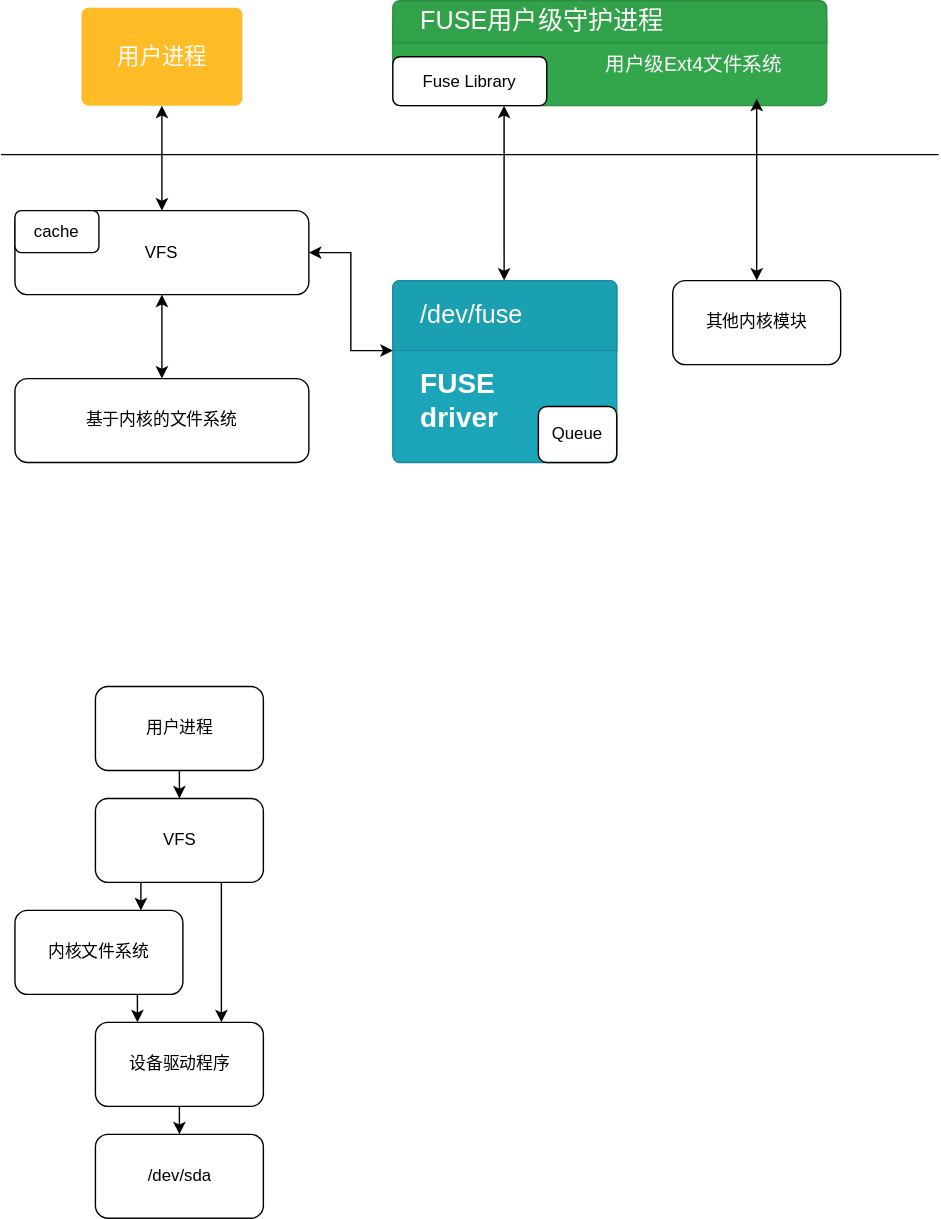
The draw.io diagram 未命名绘图.drawio.svg in 493520280/blog-img, before a commit. Source tidied: cells renumbered, new cells last; positions are measured from the earlier drawing's top-left corner, leaving out a move shared by most shapes. The source it was exported from:
```xml
<mxGraphModel>
  <root>
    <mxCell id="0" />
    <mxCell id="1" parent="0" />
    <mxCell id="2" value="用户进程" style="html=1;shadow=0;dashed=0;shape=mxgraph.bootstrap.rrect;rSize=5;strokeColor=none;strokeWidth=1;fillColor=#FFBC26;fontColor=#FFFFFF;whiteSpace=wrap;align=center;verticalAlign=middle;spacingLeft=0;fontStyle=0;fontSize=16;spacing=5;" parent="1" vertex="1">
      <mxGeometry x="57.5" width="115" height="70" as="geometry" />
    </mxCell>
    <mxCell id="3" style="endArrow=none;html=1;rounded=0;" parent="1" edge="1">
      <mxGeometry relative="1" as="geometry">
        <mxPoint y="105" as="sourcePoint" />
        <mxPoint x="670" y="105" as="targetPoint" />
      </mxGeometry>
    </mxCell>
    <mxCell id="4" style="endArrow=classic;startArrow=classic;html=1;rounded=0;exitX=0.5;exitY=0;exitDx=0;exitDy=0;" parent="1" edge="1" source="5" target="2">
      <mxGeometry relative="1" as="geometry" />
    </mxCell>
    <mxCell id="5" value="VFS" style="rounded=1;whiteSpace=wrap;html=1;" parent="1" vertex="1">
      <mxGeometry x="10" y="145" width="210" height="60" as="geometry" />
    </mxCell>
    <mxCell id="6" value="cache" style="rounded=1;whiteSpace=wrap;html=1;" parent="1" vertex="1">
      <mxGeometry x="10" y="145" width="60" height="30" as="geometry" />
    </mxCell>
    <mxCell id="7" value="基于内核的文件系统" style="rounded=1;whiteSpace=wrap;html=1;" parent="1" vertex="1">
      <mxGeometry x="10" y="265" width="210" height="60" as="geometry" />
    </mxCell>
    <mxCell id="8" style="endArrow=classic;startArrow=classic;html=1;rounded=0;entryX=0.5;entryY=1;entryDx=0;entryDy=0;exitX=0.5;exitY=0;exitDx=0;exitDy=0;" parent="1" edge="1" source="7" target="5">
      <mxGeometry relative="1" as="geometry" />
    </mxCell>
    <mxCell id="9" style="endArrow=classic;startArrow=classic;html=1;rounded=0;exitX=1;exitY=0.5;exitDx=0;exitDy=0;" parent="1" edge="1" source="5">
      <mxGeometry relative="1" as="geometry">
        <mxPoint x="280" y="245" as="targetPoint" />
        <Array as="points">
          <mxPoint x="250" y="175" />
          <mxPoint x="250" y="245" />
        </Array>
      </mxGeometry>
    </mxCell>
    <mxCell id="10" value="&lt;span style=&quot;font-size: 20px;&quot;&gt;&lt;b&gt;FUSE &lt;br&gt;driver&lt;/b&gt;&lt;/span&gt;" style="html=1;shadow=0;dashed=0;shape=mxgraph.bootstrap.rrect;rSize=5;strokeColor=#188C9C;html=1;whiteSpace=wrap;fillColor=#1CA5B8;fontColor=#ffffff;verticalAlign=bottom;align=left;spacing=20;spacingBottom=0;fontSize=14;" parent="1" vertex="1">
      <mxGeometry x="280" y="195" width="160" height="130" as="geometry" />
    </mxCell>
    <mxCell id="11" value="/dev/fuse" style="html=1;shadow=0;dashed=0;shape=mxgraph.bootstrap.topButton;rSize=5;perimeter=none;whiteSpace=wrap;fillColor=#1BA0B2;strokeColor=#188C9C;fontColor=#ffffff;fontSize=18;align=left;spacing=20;" parent="10" vertex="1">
      <mxGeometry width="160" height="50" relative="1" as="geometry" />
    </mxCell>
    <mxCell id="12" value="Queue" style="rounded=1;whiteSpace=wrap;html=1;" parent="10" vertex="1">
      <mxGeometry x="104" y="90" width="56" height="40" as="geometry" />
    </mxCell>
    <mxCell id="13" style="endArrow=classic;startArrow=classic;html=1;rounded=0;exitX=0.497;exitY=0;exitDx=0;exitDy=0;exitPerimeter=0;" parent="1" edge="1" source="11">
      <mxGeometry relative="1" as="geometry">
        <mxPoint x="359.5" y="70" as="targetPoint" />
      </mxGeometry>
    </mxCell>
    <mxCell id="14" value="&amp;nbsp; &amp;nbsp; &amp;nbsp; &amp;nbsp; &amp;nbsp; &amp;nbsp; &amp;nbsp; &amp;nbsp; &amp;nbsp; &amp;nbsp; &amp;nbsp; &amp;nbsp; &amp;nbsp; &amp;nbsp; &amp;nbsp; &amp;nbsp; &amp;nbsp; &amp;nbsp; &amp;nbsp; &amp;nbsp;&lt;br&gt;&amp;nbsp; &amp;nbsp; &amp;nbsp; &amp;nbsp; &amp;nbsp; &amp;nbsp; &amp;nbsp; &amp;nbsp; &amp;nbsp; &amp;nbsp; &amp;nbsp; &amp;nbsp; &lt;br&gt;&amp;nbsp; &amp;nbsp; &amp;nbsp; &amp;nbsp; &amp;nbsp; &amp;nbsp; &amp;nbsp; &amp;nbsp; &amp;nbsp; &amp;nbsp; &amp;nbsp; &amp;nbsp; &amp;nbsp; &amp;nbsp; &amp;nbsp; &amp;nbsp; &amp;nbsp; 用户级Ext4文件系统" style="html=1;shadow=0;dashed=0;shape=mxgraph.bootstrap.rrect;rSize=5;strokeColor=#2B8D40;html=1;whiteSpace=wrap;fillColor=#33A64C;fontColor=#ffffff;verticalAlign=bottom;align=left;spacing=20;spacingBottom=0;fontSize=14;" parent="1" vertex="1">
      <mxGeometry x="280" y="5" width="310" height="65" as="geometry" />
    </mxCell>
    <mxCell id="15" value="FUSE用户级守护进程" style="html=1;shadow=0;dashed=0;shape=mxgraph.bootstrap.topButton;rSize=5;perimeter=none;whiteSpace=wrap;fillColor=#31A14A;strokeColor=#2B8D40;fontColor=#ffffff;fontSize=18;align=left;spacing=20;" parent="14" vertex="1">
      <mxGeometry width="310" height="30" relative="1" as="geometry">
        <mxPoint y="-10" as="offset" />
      </mxGeometry>
    </mxCell>
    <mxCell id="16" value="Fuse Library" style="rounded=1;whiteSpace=wrap;html=1;" parent="14" vertex="1">
      <mxGeometry y="30" width="110" height="35" as="geometry" />
    </mxCell>
    <mxCell id="17" value="其他内核模块" style="rounded=1;whiteSpace=wrap;html=1;" parent="1" vertex="1">
      <mxGeometry x="480" y="195" width="120" height="60" as="geometry" />
    </mxCell>
    <mxCell id="18" style="endArrow=classic;startArrow=classic;html=1;rounded=0;exitX=0.5;exitY=0;exitDx=0;exitDy=0;" parent="1" edge="1" source="17">
      <mxGeometry relative="1" as="geometry">
        <mxPoint x="540" y="65" as="targetPoint" />
      </mxGeometry>
    </mxCell>
    <mxCell id="19" style="edgeStyle=orthogonalEdgeStyle;rounded=0;jettySize=auto;html=1;exitX=0.5;exitY=1;exitDx=0;exitDy=0;entryX=0.5;entryY=0;entryDx=0;entryDy=0;" parent="1" edge="1" source="20" target="24">
      <mxGeometry relative="1" as="geometry" />
    </mxCell>
    <mxCell id="20" value="用户进程" style="rounded=1;whiteSpace=wrap;html=1;" parent="1" vertex="1">
      <mxGeometry x="67.5" y="485" width="120" height="60" as="geometry" />
    </mxCell>
    <mxCell id="21" style="edgeStyle=orthogonalEdgeStyle;rounded=0;orthogonalLoop=1;jettySize=auto;html=1;exitX=0.25;exitY=1;exitDx=0;exitDy=0;entryX=0.25;entryY=1;entryDx=0;entryDy=0;" parent="1" edge="1" source="24" target="24">
      <mxGeometry relative="1" as="geometry" />
    </mxCell>
    <mxCell id="22" style="edgeStyle=orthogonalEdgeStyle;rounded=0;jettySize=auto;html=1;exitX=0.25;exitY=1;exitDx=0;exitDy=0;entryX=0.75;entryY=0;entryDx=0;entryDy=0;" parent="1" edge="1" source="24" target="26">
      <mxGeometry relative="1" as="geometry" />
    </mxCell>
    <mxCell id="23" style="edgeStyle=orthogonalEdgeStyle;rounded=0;jettySize=auto;html=1;exitX=0.75;exitY=1;exitDx=0;exitDy=0;entryX=0.75;entryY=0;entryDx=0;entryDy=0;" parent="1" edge="1" source="24" target="28">
      <mxGeometry relative="1" as="geometry" />
    </mxCell>
    <mxCell id="24" value="VFS" style="rounded=1;whiteSpace=wrap;html=1;" parent="1" vertex="1">
      <mxGeometry x="67.5" y="565" width="120" height="60" as="geometry" />
    </mxCell>
    <mxCell id="25" style="edgeStyle=orthogonalEdgeStyle;rounded=0;jettySize=auto;html=1;exitX=0.75;exitY=1;exitDx=0;exitDy=0;entryX=0.25;entryY=0;entryDx=0;entryDy=0;" parent="1" edge="1" source="26" target="28">
      <mxGeometry relative="1" as="geometry" />
    </mxCell>
    <mxCell id="26" value="内核文件系统" style="rounded=1;whiteSpace=wrap;html=1;" parent="1" vertex="1">
      <mxGeometry x="10" y="645" width="120" height="60" as="geometry" />
    </mxCell>
    <mxCell id="27" style="edgeStyle=orthogonalEdgeStyle;rounded=0;jettySize=auto;html=1;exitX=0.5;exitY=1;exitDx=0;exitDy=0;entryX=0.5;entryY=0;entryDx=0;entryDy=0;" parent="1" edge="1" source="28" target="29">
      <mxGeometry relative="1" as="geometry" />
    </mxCell>
    <mxCell id="28" value="设备驱动程序" style="rounded=1;whiteSpace=wrap;html=1;" parent="1" vertex="1">
      <mxGeometry x="67.5" y="725" width="120" height="60" as="geometry" />
    </mxCell>
    <mxCell id="29" value="/dev/sda" style="rounded=1;whiteSpace=wrap;html=1;" parent="1" vertex="1">
      <mxGeometry x="67.5" y="805" width="120" height="60" as="geometry" />
    </mxCell>
  </root>
</mxGraphModel>
```
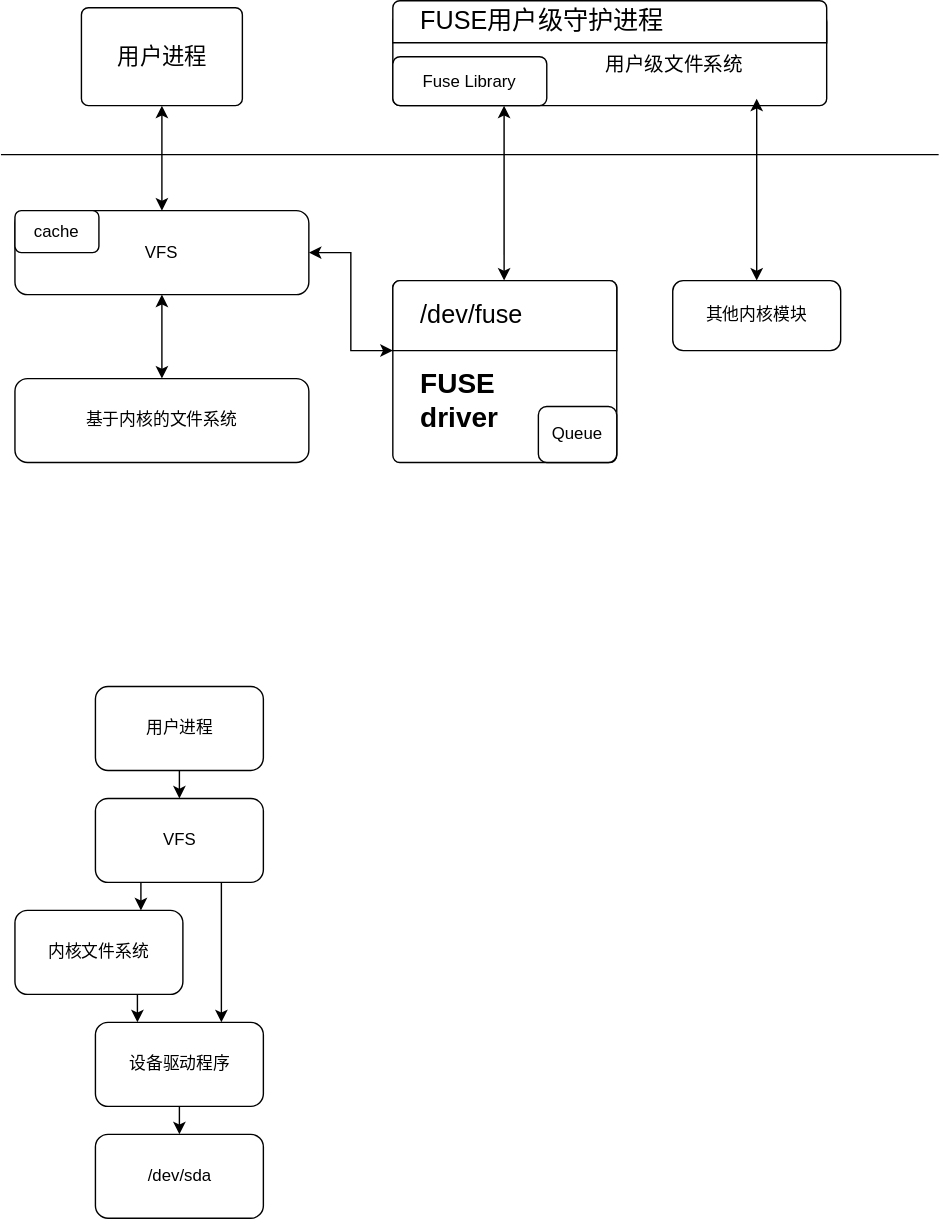
Later version of the same file.

Commit message:
更新未命名绘图.drawio.svg

Change to the diagram source:
```diff
@@ -2,7 +2,7 @@
   <root>
     <mxCell id="0" />
     <mxCell id="1" parent="0" />
-    <mxCell id="2" value="用户进程" style="html=1;shadow=0;dashed=0;shape=mxgraph.bootstrap.rrect;rSize=5;strokeColor=none;strokeWidth=1;fillColor=#FFBC26;fontColor=#FFFFFF;whiteSpace=wrap;align=center;verticalAlign=middle;spacingLeft=0;fontStyle=0;fontSize=16;spacing=5;" parent="1" vertex="1">
+    <mxCell id="2" value="用户进程" style="html=1;shadow=0;dashed=0;shape=mxgraph.bootstrap.rrect;rSize=5;strokeWidth=1;whiteSpace=wrap;align=center;verticalAlign=middle;spacingLeft=0;fontStyle=0;fontSize=16;spacing=5;" parent="1" vertex="1">
       <mxGeometry x="57.5" width="115" height="70" as="geometry" />
     </mxCell>
     <mxCell id="3" style="endArrow=none;html=1;rounded=0;" parent="1" edge="1">
@@ -35,10 +35,10 @@
         </Array>
       </mxGeometry>
     </mxCell>
-    <mxCell id="10" value="&lt;span style=&quot;font-size: 20px;&quot;&gt;&lt;b&gt;FUSE &lt;br&gt;driver&lt;/b&gt;&lt;/span&gt;" style="html=1;shadow=0;dashed=0;shape=mxgraph.bootstrap.rrect;rSize=5;strokeColor=#188C9C;html=1;whiteSpace=wrap;fillColor=#1CA5B8;fontColor=#ffffff;verticalAlign=bottom;align=left;spacing=20;spacingBottom=0;fontSize=14;" parent="1" vertex="1">
+    <mxCell id="10" value="&lt;span style=&quot;font-size: 20px;&quot;&gt;&lt;b&gt;FUSE &lt;br&gt;driver&lt;/b&gt;&lt;/span&gt;" style="html=1;shadow=0;dashed=0;shape=mxgraph.bootstrap.rrect;rSize=5;html=1;whiteSpace=wrap;verticalAlign=bottom;align=left;spacing=20;spacingBottom=0;fontSize=14;" parent="1" vertex="1">
       <mxGeometry x="280" y="195" width="160" height="130" as="geometry" />
     </mxCell>
-    <mxCell id="11" value="/dev/fuse" style="html=1;shadow=0;dashed=0;shape=mxgraph.bootstrap.topButton;rSize=5;perimeter=none;whiteSpace=wrap;fillColor=#1BA0B2;strokeColor=#188C9C;fontColor=#ffffff;fontSize=18;align=left;spacing=20;" parent="10" vertex="1">
+    <mxCell id="11" value="/dev/fuse" style="html=1;shadow=0;dashed=0;shape=mxgraph.bootstrap.topButton;rSize=5;perimeter=none;whiteSpace=wrap;fontSize=18;align=left;spacing=20;" parent="10" vertex="1">
       <mxGeometry width="160" height="50" relative="1" as="geometry" />
     </mxCell>
     <mxCell id="12" value="Queue" style="rounded=1;whiteSpace=wrap;html=1;" parent="10" vertex="1">
@@ -49,10 +49,10 @@
         <mxPoint x="359.5" y="70" as="targetPoint" />
       </mxGeometry>
     </mxCell>
-    <mxCell id="14" value="&amp;nbsp; &amp;nbsp; &amp;nbsp; &amp;nbsp; &amp;nbsp; &amp;nbsp; &amp;nbsp; &amp;nbsp; &amp;nbsp; &amp;nbsp; &amp;nbsp; &amp;nbsp; &amp;nbsp; &amp;nbsp; &amp;nbsp; &amp;nbsp; &amp;nbsp; &amp;nbsp; &amp;nbsp; &amp;nbsp;&lt;br&gt;&amp;nbsp; &amp;nbsp; &amp;nbsp; &amp;nbsp; &amp;nbsp; &amp;nbsp; &amp;nbsp; &amp;nbsp; &amp;nbsp; &amp;nbsp; &amp;nbsp; &amp;nbsp; &lt;br&gt;&amp;nbsp; &amp;nbsp; &amp;nbsp; &amp;nbsp; &amp;nbsp; &amp;nbsp; &amp;nbsp; &amp;nbsp; &amp;nbsp; &amp;nbsp; &amp;nbsp; &amp;nbsp; &amp;nbsp; &amp;nbsp; &amp;nbsp; &amp;nbsp; &amp;nbsp; 用户级Ext4文件系统" style="html=1;shadow=0;dashed=0;shape=mxgraph.bootstrap.rrect;rSize=5;strokeColor=#2B8D40;html=1;whiteSpace=wrap;fillColor=#33A64C;fontColor=#ffffff;verticalAlign=bottom;align=left;spacing=20;spacingBottom=0;fontSize=14;" parent="1" vertex="1">
+    <mxCell id="14" value="&amp;nbsp; &amp;nbsp; &amp;nbsp; &amp;nbsp; &amp;nbsp; &amp;nbsp; &amp;nbsp; &amp;nbsp; &amp;nbsp; &amp;nbsp; &amp;nbsp; &amp;nbsp; &amp;nbsp; &amp;nbsp; &amp;nbsp; &amp;nbsp; &amp;nbsp; &amp;nbsp; &amp;nbsp; &amp;nbsp;&lt;br&gt;&amp;nbsp; &amp;nbsp; &amp;nbsp; &amp;nbsp; &amp;nbsp; &amp;nbsp; &amp;nbsp; &amp;nbsp; &amp;nbsp; &amp;nbsp; &amp;nbsp; &amp;nbsp; &lt;br&gt;&amp;nbsp; &amp;nbsp; &amp;nbsp; &amp;nbsp; &amp;nbsp; &amp;nbsp; &amp;nbsp; &amp;nbsp; &amp;nbsp; &amp;nbsp; &amp;nbsp; &amp;nbsp; &amp;nbsp; &amp;nbsp; &amp;nbsp; &amp;nbsp; &amp;nbsp; 用户级文件系统" style="html=1;shadow=0;dashed=0;shape=mxgraph.bootstrap.rrect;rSize=5;html=1;whiteSpace=wrap;verticalAlign=bottom;align=left;spacing=20;spacingBottom=0;fontSize=14;" parent="1" vertex="1">
       <mxGeometry x="280" y="5" width="310" height="65" as="geometry" />
     </mxCell>
-    <mxCell id="15" value="FUSE用户级守护进程" style="html=1;shadow=0;dashed=0;shape=mxgraph.bootstrap.topButton;rSize=5;perimeter=none;whiteSpace=wrap;fillColor=#31A14A;strokeColor=#2B8D40;fontColor=#ffffff;fontSize=18;align=left;spacing=20;" parent="14" vertex="1">
+    <mxCell id="15" value="FUSE用户级守护进程" style="html=1;shadow=0;dashed=0;shape=mxgraph.bootstrap.topButton;rSize=5;perimeter=none;whiteSpace=wrap;fontSize=18;align=left;spacing=20;" parent="14" vertex="1">
       <mxGeometry width="310" height="30" relative="1" as="geometry">
         <mxPoint y="-10" as="offset" />
       </mxGeometry>
@@ -61,7 +61,7 @@
       <mxGeometry y="30" width="110" height="35" as="geometry" />
     </mxCell>
     <mxCell id="17" value="其他内核模块" style="rounded=1;whiteSpace=wrap;html=1;" parent="1" vertex="1">
-      <mxGeometry x="480" y="195" width="120" height="60" as="geometry" />
+      <mxGeometry x="480" y="195" width="120" height="50" as="geometry" />
     </mxCell>
     <mxCell id="18" style="endArrow=classic;startArrow=classic;html=1;rounded=0;exitX=0.5;exitY=0;exitDx=0;exitDy=0;" parent="1" edge="1" source="17">
       <mxGeometry relative="1" as="geometry">
```
